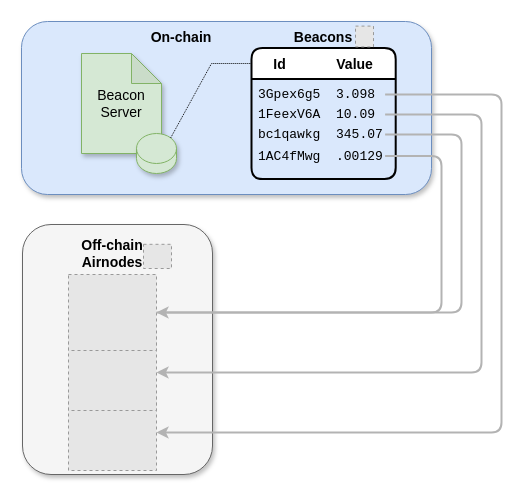
This is docs/beacon/v0.1/assets/diagrams/beacon-airnode.drawio from api3dao/old-api3-docs, a draw.io file, before an edit. Source tidied: cells renumbered, new cells numbered last; positions are measured from the earlier drawing's top-left corner, leaving out a move shared by most shapes. Both pictures are drawn from the tidied source at 100%, with x=0, y=0 at pixel (21, 21). Pictures stored in the file or linked from it are replaced by grey dashed boxes.
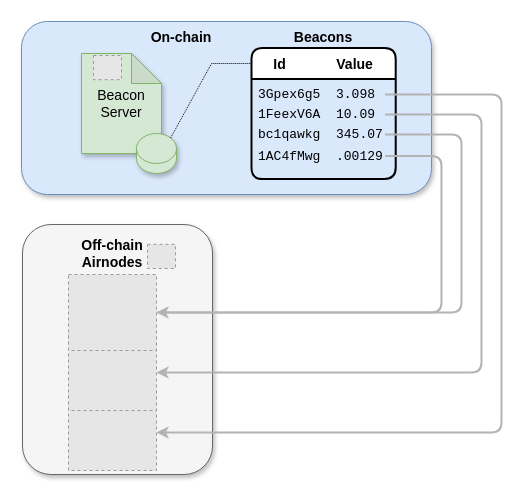
Above is the later version.

The edit, as a diff of the source:
```diff
@@
     <mxCell id="11" style="fillColor=#E6E6E6;strokeColor=#999999;dashed=1;verticalLabelPosition=bottom;labelBackgroundColor=#ffffff;verticalAlign=top;" parent="1" vertex="1">
-      <mxGeometry x="122" y="222.8" width="28" height="24.2" as="geometry" />
+      <mxGeometry x="126" y="222.8" width="28" height="24.2" as="geometry" />
     </mxCell>
@@
-    <mxCell id="23" style="fillColor=#E6E6E6;strokeColor=#999999;dashed=1;verticalLabelPosition=bottom;labelBackgroundColor=#ffffff;verticalAlign=top;" parent="1" vertex="1">
-      <mxGeometry x="334" y="4.6" width="18" height="20.8" as="geometry" />
-    </mxCell>
+    <mxCell id="24" style="fillColor=#E6E6E6;strokeColor=#999999;dashed=1;verticalLabelPosition=bottom;labelBackgroundColor=default;verticalAlign=top;fontSize=12;" parent="1" vertex="1">
+      <mxGeometry x="72" y="34" width="28" height="24.2" as="geometry" />
+    </mxCell>
```
